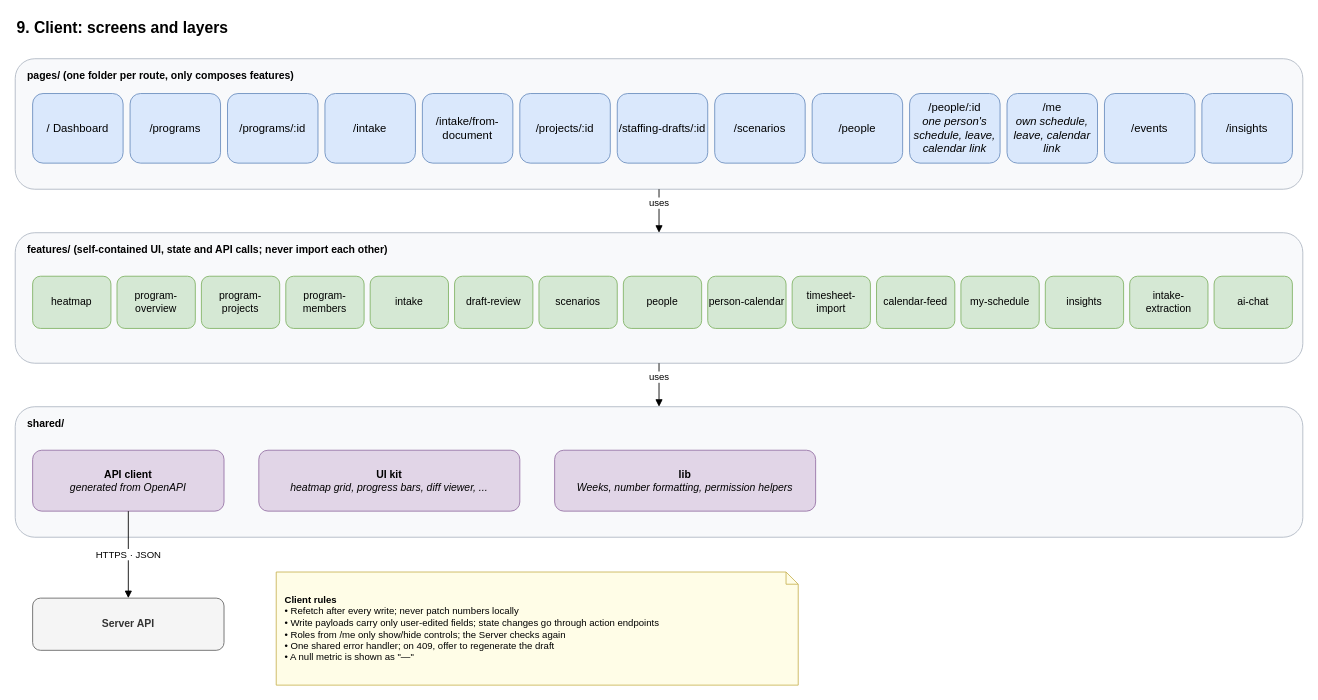
Earlier version of the draw.io diagram page "9. Client" (9 of 9) of docs/architecture.drawio (dophnamm/the-slot-finder). Source tidied: cells renumbered, new cells numbered last; positions are measured from the earlier drawing's top-left corner, leaving out a move shared by most shapes. Both pictures are drawn from the tidied source at 87%, with x=0, y=0 at pixel (15, 15).
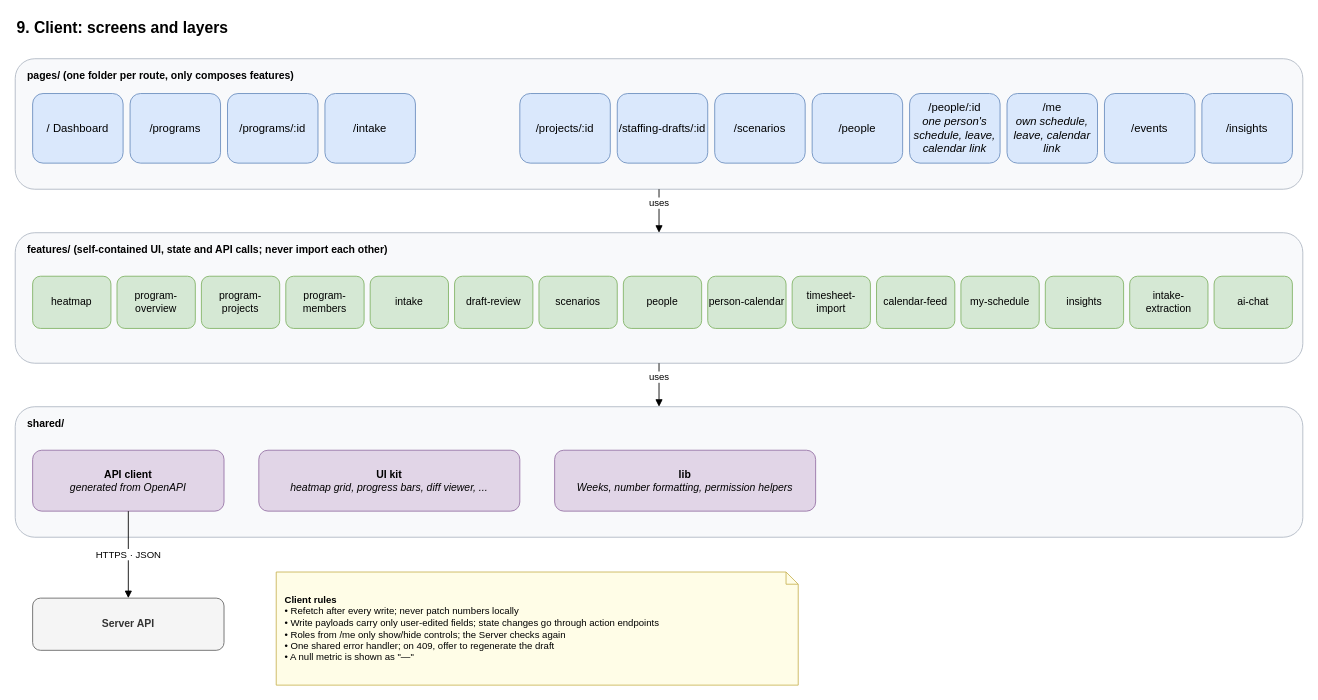
The same diagram, later.

Commit message (it also covers changes not shown here):
docs: describe the intake extraction

Change to the diagram source:
```diff
@@
-    <mxCell id="8" value="/intake/from-document" style="rounded=1;whiteSpace=wrap;html=1;fillColor=#dae8fc;strokeColor=#6c8ebf;fontSize=13;" parent="1" vertex="1">
-      <mxGeometry x="468" y="90" width="104" height="80" as="geometry" />
-    </mxCell>
```
